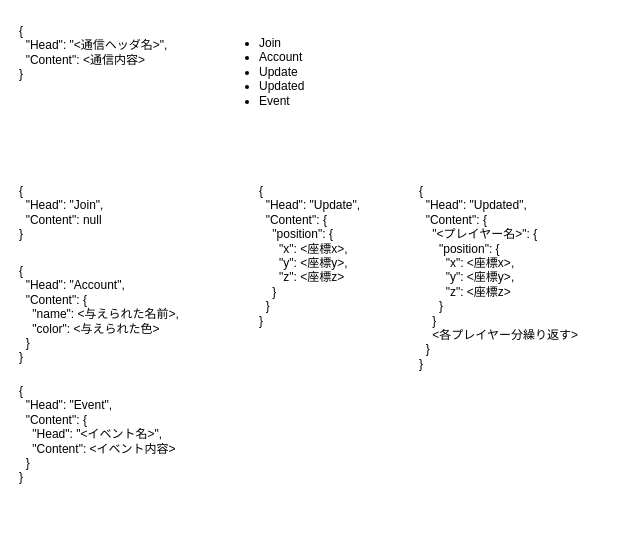
Above: page "通信Json" (14 of 14) of Doc/仕様設計.drawio in 3doriTea/VRTea (draw.io), before the change. Source tidied: cells renumbered, new cells numbered last; positions are measured from the earlier drawing's top-left corner, leaving out a move shared by most shapes. Both pictures are drawn from the tidied source at 100%, with x=0, y=0 at pixel (17, 17).
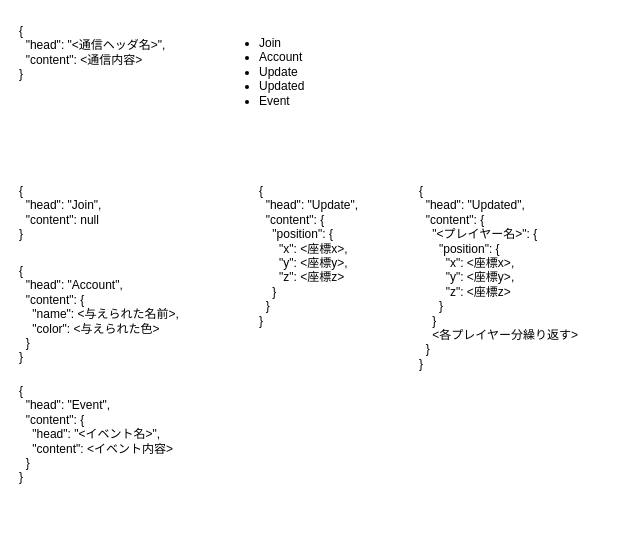
Above is the later version.

What changed in the source:
```diff
@@
 <mxGraphModel>
   <root>
     <mxCell id="0" />
     <mxCell id="1" parent="0" />
-    <mxCell id="2" value="{&lt;div&gt;&amp;nbsp; &quot;Head&quot;: &quot;&amp;lt;通信ヘッダ名&amp;gt;&quot;,&lt;/div&gt;&lt;div&gt;&amp;nbsp; &quot;Content&quot;: &amp;lt;通信内容&amp;gt;&lt;br&gt;&lt;div&gt;}&lt;/div&gt;&lt;/div&gt;" style="text;html=1;whiteSpace=wrap;strokeColor=none;fillColor=none;align=left;verticalAlign=top;rounded=0;fontFamily=Cascadia Code;" parent="1" vertex="1">
+    <mxCell id="2" value="{&lt;div&gt;&amp;nbsp; &quot;head&quot;: &quot;&amp;lt;通信ヘッダ名&amp;gt;&quot;,&lt;/div&gt;&lt;div&gt;&amp;nbsp; &quot;content&quot;: &amp;lt;通信内容&amp;gt;&lt;br&gt;&lt;div&gt;}&lt;/div&gt;&lt;/div&gt;" style="text;html=1;whiteSpace=wrap;strokeColor=none;fillColor=none;align=left;verticalAlign=top;rounded=0;fontFamily=Cascadia Code;" parent="1" vertex="1">
       <mxGeometry width="200" height="80" as="geometry" />
     </mxCell>
     <mxCell id="3" value="&lt;ul&gt;&lt;li&gt;Join&lt;/li&gt;&lt;li&gt;Account&lt;/li&gt;&lt;li&gt;Update&lt;/li&gt;&lt;li&gt;Updated&lt;/li&gt;&lt;li&gt;Event&lt;/li&gt;&lt;/ul&gt;" style="text;html=1;whiteSpace=wrap;strokeColor=none;fillColor=none;align=left;verticalAlign=top;rounded=0;" parent="1" vertex="1">
       <mxGeometry x="200" width="160" height="200" as="geometry" />
     </mxCell>
-    <mxCell id="4" value="{&lt;div&gt;&amp;nbsp; &quot;Head&quot;: &quot;Join&quot;,&lt;/div&gt;&lt;div&gt;&amp;nbsp; &quot;Content&quot;: null&lt;br&gt;&lt;div&gt;}&lt;/div&gt;&lt;/div&gt;" style="text;html=1;whiteSpace=wrap;strokeColor=none;fillColor=none;align=left;verticalAlign=top;rounded=0;fontFamily=Cascadia Code;" parent="1" vertex="1">
+    <mxCell id="4" value="{&lt;div&gt;&amp;nbsp; &quot;head&quot;: &quot;Join&quot;,&lt;/div&gt;&lt;div&gt;&amp;nbsp; &quot;content&quot;: null&lt;br&gt;&lt;div&gt;}&lt;/div&gt;&lt;/div&gt;" style="text;html=1;whiteSpace=wrap;strokeColor=none;fillColor=none;align=left;verticalAlign=top;rounded=0;fontFamily=Cascadia Code;" parent="1" vertex="1">
       <mxGeometry y="160" width="200" height="80" as="geometry" />
     </mxCell>
-    <mxCell id="5" value="{&lt;div&gt;&amp;nbsp; &quot;Head&quot;: &quot;Account&quot;,&lt;/div&gt;&lt;div&gt;&amp;nbsp; &quot;Content&quot;: {&lt;/div&gt;&lt;div&gt;&amp;nbsp; &amp;nbsp; &quot;name&quot;: &amp;lt;与えられた名前&amp;gt;,&lt;/div&gt;&lt;div&gt;&amp;nbsp; &amp;nbsp; &quot;color&quot;: &amp;lt;与えられた色&amp;gt;&lt;/div&gt;&lt;div&gt;&amp;nbsp; }&lt;br&gt;&lt;div&gt;}&lt;/div&gt;&lt;/div&gt;" style="text;html=1;whiteSpace=wrap;strokeColor=none;fillColor=none;align=left;verticalAlign=top;rounded=0;fontFamily=Cascadia Code;" parent="1" vertex="1">
+    <mxCell id="5" value="{&lt;div&gt;&amp;nbsp; &quot;head&quot;: &quot;Account&quot;,&lt;/div&gt;&lt;div&gt;&amp;nbsp; &quot;content&quot;: {&lt;/div&gt;&lt;div&gt;&amp;nbsp; &amp;nbsp; &quot;name&quot;: &amp;lt;与えられた名前&amp;gt;,&lt;/div&gt;&lt;div&gt;&amp;nbsp; &amp;nbsp; &quot;color&quot;: &amp;lt;与えられた色&amp;gt;&lt;/div&gt;&lt;div&gt;&amp;nbsp; }&lt;br&gt;&lt;div&gt;}&lt;/div&gt;&lt;/div&gt;" style="text;html=1;whiteSpace=wrap;strokeColor=none;fillColor=none;align=left;verticalAlign=top;rounded=0;fontFamily=Cascadia Code;" parent="1" vertex="1">
       <mxGeometry y="240" width="200" height="120" as="geometry" />
     </mxCell>
-    <mxCell id="6" value="{&lt;div&gt;&amp;nbsp; &quot;Head&quot;: &quot;Update&quot;,&lt;/div&gt;&lt;div&gt;&amp;nbsp; &quot;Content&quot;: {&lt;/div&gt;&lt;div&gt;&amp;nbsp; &amp;nbsp; &quot;position&quot;: {&lt;/div&gt;&lt;div&gt;&amp;nbsp; &amp;nbsp; &amp;nbsp; &quot;x&quot;: &amp;lt;座標x&amp;gt;,&lt;/div&gt;&lt;div&gt;&lt;div&gt;&amp;nbsp; &amp;nbsp; &amp;nbsp; &quot;y&quot;: &amp;lt;座標y&amp;gt;,&lt;/div&gt;&lt;div&gt;&lt;div&gt;&amp;nbsp; &amp;nbsp; &amp;nbsp; &quot;z&quot;: &amp;lt;座標z&amp;gt;&lt;/div&gt;&lt;/div&gt;&lt;/div&gt;&lt;div&gt;&amp;nbsp; &amp;nbsp; }&lt;/div&gt;&lt;div&gt;&amp;nbsp; }&lt;br&gt;&lt;div&gt;}&lt;/div&gt;&lt;/div&gt;" style="text;html=1;whiteSpace=wrap;strokeColor=none;fillColor=none;align=left;verticalAlign=top;rounded=0;fontFamily=Cascadia Code;" parent="1" vertex="1">
+    <mxCell id="6" value="{&lt;div&gt;&amp;nbsp; &quot;head&quot;: &quot;Update&quot;,&lt;/div&gt;&lt;div&gt;&amp;nbsp; &quot;content&quot;: {&lt;/div&gt;&lt;div&gt;&amp;nbsp; &amp;nbsp; &quot;position&quot;: {&lt;/div&gt;&lt;div&gt;&amp;nbsp; &amp;nbsp; &amp;nbsp; &quot;x&quot;: &amp;lt;座標x&amp;gt;,&lt;/div&gt;&lt;div&gt;&lt;div&gt;&amp;nbsp; &amp;nbsp; &amp;nbsp; &quot;y&quot;: &amp;lt;座標y&amp;gt;,&lt;/div&gt;&lt;div&gt;&lt;div&gt;&amp;nbsp; &amp;nbsp; &amp;nbsp; &quot;z&quot;: &amp;lt;座標z&amp;gt;&lt;/div&gt;&lt;/div&gt;&lt;/div&gt;&lt;div&gt;&amp;nbsp; &amp;nbsp; }&lt;/div&gt;&lt;div&gt;&amp;nbsp; }&lt;br&gt;&lt;div&gt;}&lt;/div&gt;&lt;/div&gt;" style="text;html=1;whiteSpace=wrap;strokeColor=none;fillColor=none;align=left;verticalAlign=top;rounded=0;fontFamily=Cascadia Code;" parent="1" vertex="1">
       <mxGeometry x="240" y="160" width="160" height="160" as="geometry" />
     </mxCell>
-    <mxCell id="7" value="{&lt;div&gt;&amp;nbsp; &quot;Head&quot;: &quot;Updated&quot;,&lt;/div&gt;&lt;div&gt;&amp;nbsp; &quot;Content&quot;: {&lt;/div&gt;&lt;div&gt;&amp;nbsp; &amp;nbsp; &quot;&amp;lt;プレイヤー名&amp;gt;&quot;: {&lt;/div&gt;&lt;div&gt;&amp;nbsp; &amp;nbsp; &amp;nbsp; &quot;position&quot;: {&lt;/div&gt;&lt;div&gt;&amp;nbsp; &amp;nbsp; &amp;nbsp; &amp;nbsp; &quot;x&quot;: &amp;lt;座標x&amp;gt;,&lt;/div&gt;&lt;div&gt;&lt;div&gt;&amp;nbsp; &amp;nbsp; &amp;nbsp; &amp;nbsp; &quot;y&quot;: &amp;lt;座標y&amp;gt;,&lt;/div&gt;&lt;div&gt;&lt;div&gt;&amp;nbsp; &amp;nbsp; &amp;nbsp; &amp;nbsp; &quot;z&quot;: &amp;lt;座標z&amp;gt;&lt;/div&gt;&lt;/div&gt;&lt;/div&gt;&lt;div&gt;&amp;nbsp; &amp;nbsp; &amp;nbsp; }&lt;/div&gt;&lt;div&gt;&amp;nbsp; &amp;nbsp; }&lt;/div&gt;&lt;div&gt;&amp;nbsp; &amp;nbsp; &amp;lt;各プレイヤー分繰り返す&amp;gt;&lt;/div&gt;&lt;div&gt;&amp;nbsp; }&lt;br&gt;&lt;div&gt;}&lt;/div&gt;&lt;/div&gt;" style="text;html=1;whiteSpace=wrap;strokeColor=none;fillColor=none;align=left;verticalAlign=top;rounded=0;fontFamily=Cascadia Code;" parent="1" vertex="1">
+    <mxCell id="7" value="{&lt;div&gt;&amp;nbsp; &quot;head&quot;: &quot;Updated&quot;,&lt;/div&gt;&lt;div&gt;&amp;nbsp; &quot;content&quot;: {&lt;/div&gt;&lt;div&gt;&amp;nbsp; &amp;nbsp; &quot;&amp;lt;プレイヤー名&amp;gt;&quot;: {&lt;/div&gt;&lt;div&gt;&amp;nbsp; &amp;nbsp; &amp;nbsp; &quot;position&quot;: {&lt;/div&gt;&lt;div&gt;&amp;nbsp; &amp;nbsp; &amp;nbsp; &amp;nbsp; &quot;x&quot;: &amp;lt;座標x&amp;gt;,&lt;/div&gt;&lt;div&gt;&lt;div&gt;&amp;nbsp; &amp;nbsp; &amp;nbsp; &amp;nbsp; &quot;y&quot;: &amp;lt;座標y&amp;gt;,&lt;/div&gt;&lt;div&gt;&lt;div&gt;&amp;nbsp; &amp;nbsp; &amp;nbsp; &amp;nbsp; &quot;z&quot;: &amp;lt;座標z&amp;gt;&lt;/div&gt;&lt;/div&gt;&lt;/div&gt;&lt;div&gt;&amp;nbsp; &amp;nbsp; &amp;nbsp; }&lt;/div&gt;&lt;div&gt;&amp;nbsp; &amp;nbsp; }&lt;/div&gt;&lt;div&gt;&amp;nbsp; &amp;nbsp; &amp;lt;各プレイヤー分繰り返す&amp;gt;&lt;/div&gt;&lt;div&gt;&amp;nbsp; }&lt;br&gt;&lt;div&gt;}&lt;/div&gt;&lt;/div&gt;" style="text;html=1;whiteSpace=wrap;strokeColor=none;fillColor=none;align=left;verticalAlign=top;rounded=0;fontFamily=Cascadia Code;" parent="1" vertex="1">
       <mxGeometry x="400" y="160" width="200" height="200" as="geometry" />
     </mxCell>
-    <mxCell id="8" value="{&lt;div&gt;&amp;nbsp; &quot;Head&quot;: &quot;Event&quot;,&lt;/div&gt;&lt;div&gt;&amp;nbsp; &quot;Content&quot;: {&lt;/div&gt;&lt;div&gt;&amp;nbsp; &amp;nbsp; &quot;Head&quot;: &quot;&amp;lt;イベント名&amp;gt;&quot;,&lt;/div&gt;&lt;div&gt;&amp;nbsp; &amp;nbsp; &quot;Content&quot;: &amp;lt;イベント内容&amp;gt;&lt;/div&gt;&lt;div&gt;&lt;span style=&quot;background-color: transparent; color: light-dark(rgb(0, 0, 0), rgb(255, 255, 255));&quot;&gt;&amp;nbsp; }&lt;/span&gt;&lt;/div&gt;&lt;div&gt;&lt;div&gt;}&lt;/div&gt;&lt;/div&gt;" style="text;html=1;whiteSpace=wrap;strokeColor=none;fillColor=none;align=left;verticalAlign=top;rounded=0;fontFamily=Cascadia Code;" parent="1" vertex="1">
+    <mxCell id="8" value="{&lt;div&gt;&amp;nbsp; &quot;head&quot;: &quot;Event&quot;,&lt;/div&gt;&lt;div&gt;&amp;nbsp; &quot;content&quot;: {&lt;/div&gt;&lt;div&gt;&amp;nbsp; &amp;nbsp; &quot;head&quot;: &quot;&amp;lt;イベント名&amp;gt;&quot;,&lt;/div&gt;&lt;div&gt;&amp;nbsp; &amp;nbsp; &quot;content&quot;: &amp;lt;イベント内容&amp;gt;&lt;/div&gt;&lt;div&gt;&lt;span style=&quot;background-color: transparent; color: light-dark(rgb(0, 0, 0), rgb(255, 255, 255));&quot;&gt;&amp;nbsp; }&lt;/span&gt;&lt;/div&gt;&lt;div&gt;&lt;div&gt;}&lt;/div&gt;&lt;/div&gt;" style="text;html=1;whiteSpace=wrap;strokeColor=none;fillColor=none;align=left;verticalAlign=top;rounded=0;fontFamily=Cascadia Code;" parent="1" vertex="1">
       <mxGeometry y="360" width="280" height="160" as="geometry" />
     </mxCell>
   </root>
 </mxGraphModel>
```
